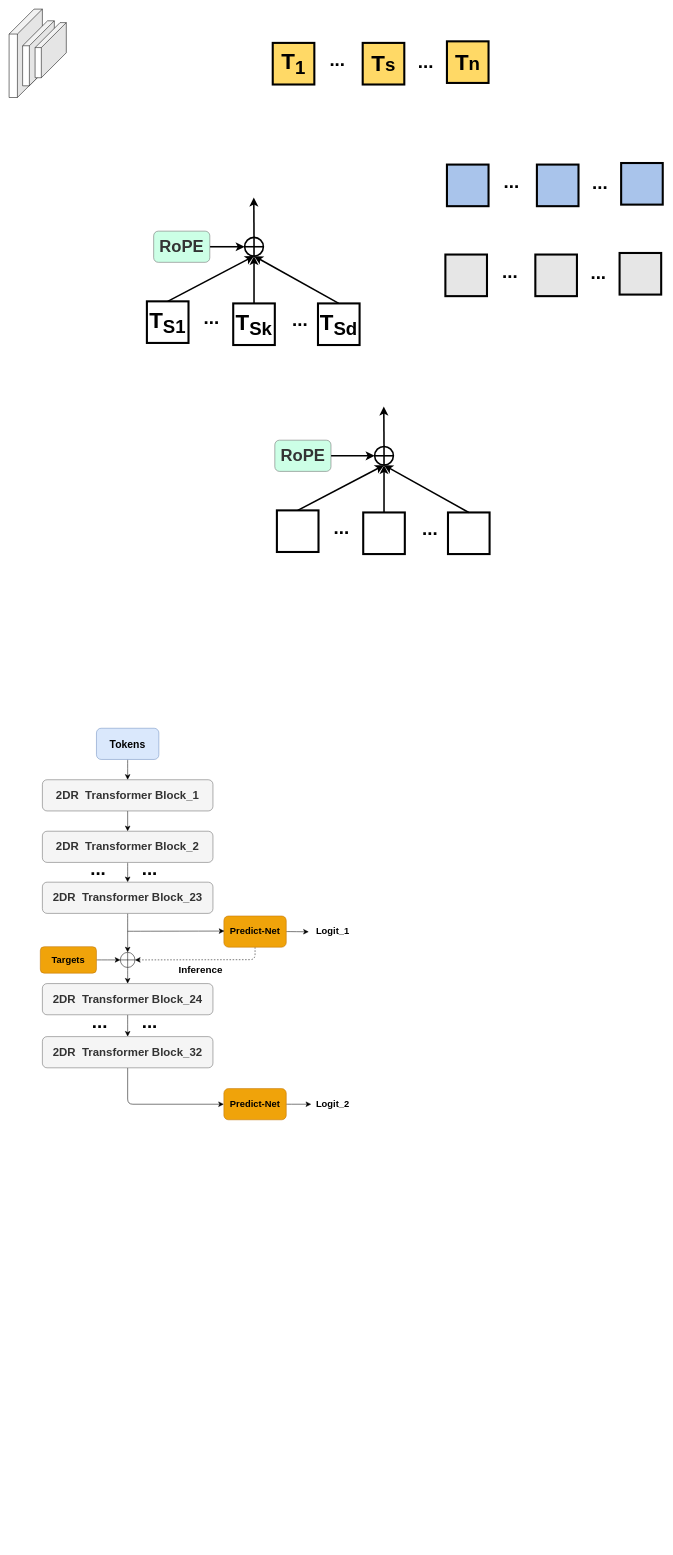
Before: 2DA_Gen.drawio in chenjiahes/small_module, a draw.io diagram. Source tidied: cells renumbered, new cells numbered last; positions are measured from the earlier drawing's top-left corner, leaving out a move shared by most shapes. Both pictures are drawn from the tidied source at 52%, with x=0, y=0 at pixel (9, 9).
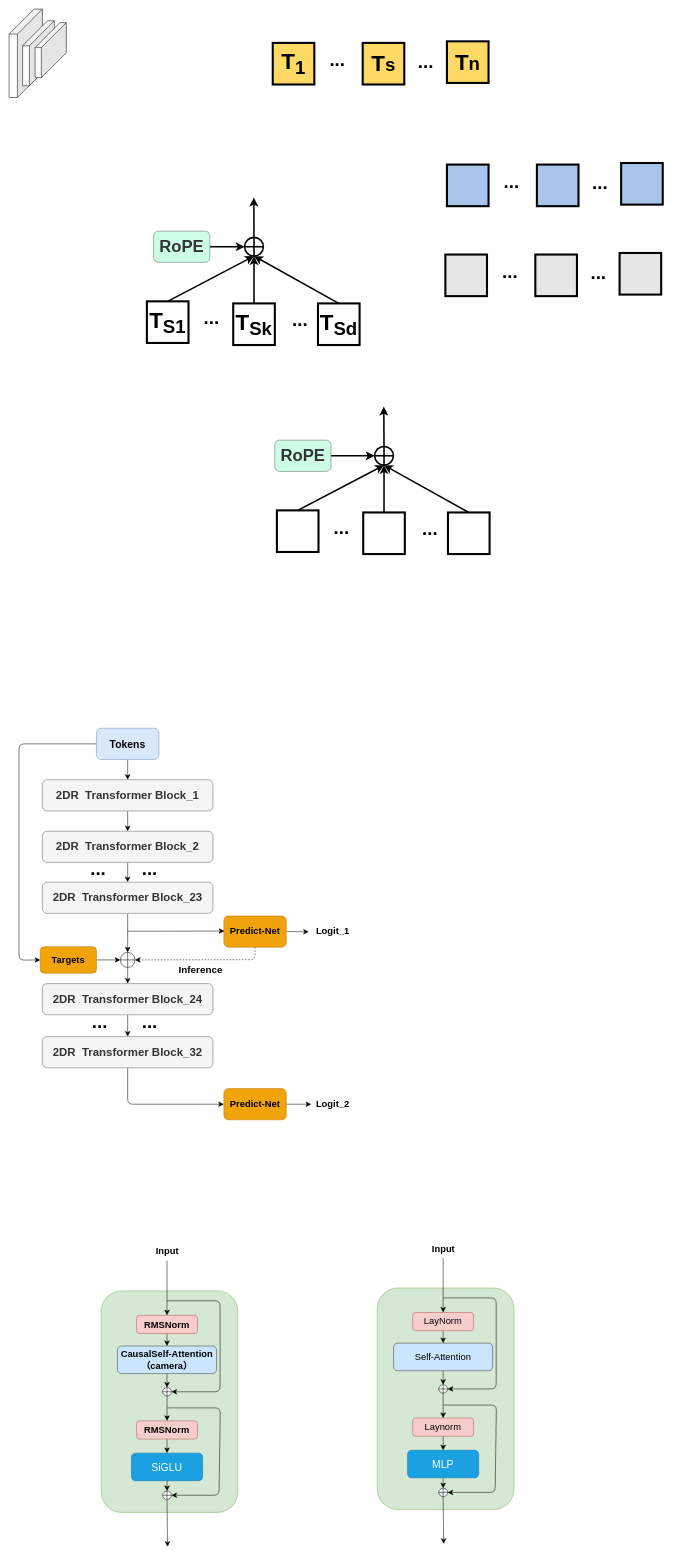
The same page after the edit.

The change refers to these unchanged cells:
```xml
<mxCell id="49" value="&lt;b&gt;&lt;font style=&quot;font-size: 20px;&quot;&gt;Tokens&lt;/font&gt;&lt;/b&gt;" style="rounded=1;whiteSpace=wrap;html=1;fillColor=#dae8fc;strokeColor=#6c8ebf;" parent="1" vertex="1">
  <mxGeometry x="168" y="1383" width="120" height="60" as="geometry" />
</mxCell>
<mxCell id="69" value="&lt;span style=&quot;font-size: 18px;&quot;&gt;&lt;b&gt;Targets&lt;/b&gt;&lt;/span&gt;" style="rounded=1;whiteSpace=wrap;html=1;fillColor=#f0a30a;fontColor=#000000;strokeColor=#BD7000;" parent="1" vertex="1">
  <mxGeometry x="60" y="1803" width="108" height="51" as="geometry" />
</mxCell>
```

The edit, as a diff of the source:
```diff
@@
+    <mxCell id="73" style="edgeStyle=none;curved=0;rounded=1;jettySize=auto;html=1;exitX=0;exitY=0.5;exitDx=0;exitDy=0;entryX=0;entryY=0.5;entryDx=0;entryDy=0;fontSize=12;startSize=8;endSize=8;" parent="1" edge="1" source="49" target="69">
+      <mxGeometry relative="1" as="geometry">
+        <Array as="points">
+          <mxPoint x="19" y="1413" />
+          <mxPoint x="19" y="1829" />
+        </Array>
+      </mxGeometry>
+    </mxCell>
@@
+    <mxCell id="74" style="rounded=1;whiteSpace=wrap;html=1;fillColor=#d5e8d4;strokeColor=#82b366;" parent="1" vertex="1">
+      <mxGeometry x="177" y="2465" width="263" height="426" as="geometry" />
+    </mxCell>
+    <mxCell id="75" style="edgeStyle=none;curved=1;rounded=0;jettySize=auto;html=1;exitX=0.5;exitY=1;exitDx=0;exitDy=0;fontSize=12;startSize=8;endSize=8;entryX=0.5;entryY=0;entryDx=0;entryDy=0;" parent="1" edge="1" target="77">
+      <mxGeometry relative="1" as="geometry">
+        <mxPoint x="303.7" y="2407" as="sourcePoint" />
+      </mxGeometry>
+    </mxCell>
+    <mxCell id="76" style="edgeStyle=none;curved=1;rounded=0;jettySize=auto;html=1;exitX=0.5;exitY=1;exitDx=0;exitDy=0;entryX=0.5;entryY=0;entryDx=0;entryDy=0;fontSize=12;startSize=8;endSize=8;" parent="1" edge="1" source="77" target="79">
+      <mxGeometry relative="1" as="geometry" />
+    </mxCell>
+    <mxCell id="77" value="&lt;span style=&quot;font-size: 18px;&quot;&gt;&lt;b&gt;RMSNorm&lt;/b&gt;&lt;/span&gt;" style="rounded=1;whiteSpace=wrap;html=1;fillColor=#f8cecc;strokeColor=#b85450;" parent="1" vertex="1">
+      <mxGeometry x="245.2" y="2512" width="117" height="35" as="geometry" />
+    </mxCell>
+    <mxCell id="78" style="edgeStyle=none;curved=1;rounded=0;jettySize=auto;html=1;exitX=0.5;exitY=1;exitDx=0;exitDy=0;entryX=0.5;entryY=0;entryDx=0;entryDy=0;fontSize=12;startSize=8;endSize=8;" parent="1" edge="1" source="79" target="83">
+      <mxGeometry relative="1" as="geometry" />
+    </mxCell>
+    <mxCell id="79" value="&lt;b style=&quot;font-size: 18px;&quot;&gt;CausalSelf-Attention（&lt;/b&gt;&lt;span style=&quot;font-size: 18px;&quot;&gt;&lt;b&gt;camera&lt;/b&gt;&lt;/span&gt;&lt;b style=&quot;font-size: 18px;&quot;&gt;）&lt;/b&gt;" style="rounded=1;whiteSpace=wrap;html=1;fillColor=#cce5ff;strokeColor=#36393d;" parent="1" vertex="1">
+      <mxGeometry x="208.4" y="2571" width="190.5" height="53" as="geometry" />
+    </mxCell>
+    <mxCell id="80" style="edgeStyle=none;curved=1;rounded=0;jettySize=auto;html=1;exitX=0.5;exitY=1;exitDx=0;exitDy=0;entryX=0.5;entryY=0;entryDx=0;entryDy=0;fontSize=12;startSize=8;endSize=8;" parent="1" edge="1" source="81" target="85">
+      <mxGeometry relative="1" as="geometry" />
+    </mxCell>
+    <mxCell id="81" value="&lt;b style=&quot;font-size: 18px;&quot;&gt;RMSNorm&lt;/b&gt;" style="rounded=1;whiteSpace=wrap;html=1;fillColor=#f8cecc;strokeColor=#b85450;" parent="1" vertex="1">
+      <mxGeometry x="245.2" y="2715" width="117" height="35" as="geometry" />
+    </mxCell>
+    <mxCell id="82" style="edgeStyle=none;curved=1;rounded=0;jettySize=auto;html=1;exitX=0.5;exitY=1;exitDx=0;exitDy=0;entryX=0.5;entryY=0;entryDx=0;entryDy=0;fontSize=12;startSize=8;endSize=8;" parent="1" edge="1" source="83" target="81">
+      <mxGeometry relative="1" as="geometry" />
+    </mxCell>
+    <mxCell id="83" style="shape=orEllipse;perimeter=ellipsePerimeter;whiteSpace=wrap;html=1;backgroundOutline=1;rounded=0;" parent="1" vertex="1">
+      <mxGeometry x="295.2" y="2651" width="17" height="16" as="geometry" />
+    </mxCell>
+    <mxCell id="84" style="edgeStyle=none;curved=1;rounded=0;jettySize=auto;html=1;exitX=0.5;exitY=1;exitDx=0;exitDy=0;entryX=0.5;entryY=0;entryDx=0;entryDy=0;fontSize=12;startSize=8;endSize=8;" parent="1" edge="1" source="85" target="89">
+      <mxGeometry relative="1" as="geometry" />
+    </mxCell>
+    <mxCell id="85" value="&lt;font style=&quot;font-size: 20px;&quot;&gt;SiGLU&lt;/font&gt;" style="rounded=1;whiteSpace=wrap;html=1;fillColor=#1ba1e2;fontColor=#ffffff;strokeColor=#006EAF;" parent="1" vertex="1">
+      <mxGeometry x="235.3" y="2777" width="136.8" height="53" as="geometry" />
+    </mxCell>
+    <mxCell id="86" style="endArrow=classic;html=1;rounded=1;fontSize=12;startSize=8;endSize=8;curved=0;entryX=1;entryY=0.5;entryDx=0;entryDy=0;" parent="1" edge="1" target="83">
+      <mxGeometry relative="1" as="geometry">
+        <mxPoint x="303.9" y="2484" as="sourcePoint" />
+        <Array as="points">
+          <mxPoint x="405.7" y="2484" />
+          <mxPoint x="405.7" y="2659" />
+        </Array>
+      </mxGeometry>
+    </mxCell>
+    <mxCell id="87" style="endArrow=classic;html=1;rounded=1;fontSize=12;startSize=8;endSize=8;curved=0;entryX=1;entryY=0.5;entryDx=0;entryDy=0;" parent="1" edge="1" target="89">
+      <mxGeometry relative="1" as="geometry">
+        <mxPoint x="304.3" y="2690" as="sourcePoint" />
+        <Array as="points">
+          <mxPoint x="406.1" y="2690" />
+          <mxPoint x="403.7" y="2858" />
+        </Array>
+      </mxGeometry>
+    </mxCell>
+    <mxCell id="88" style="edgeStyle=none;curved=1;rounded=0;jettySize=auto;html=1;exitX=0.5;exitY=1;exitDx=0;exitDy=0;fontSize=12;startSize=8;endSize=8;entryX=0.5;entryY=0;entryDx=0;entryDy=0;" parent="1" edge="1" source="89">
+      <mxGeometry relative="1" as="geometry">
+        <mxPoint x="304.7" y="2957" as="targetPoint" />
+      </mxGeometry>
+    </mxCell>
+    <mxCell id="89" style="shape=orEllipse;perimeter=ellipsePerimeter;whiteSpace=wrap;html=1;backgroundOutline=1;rounded=0;" parent="1" vertex="1">
+      <mxGeometry x="295.2" y="2850" width="17" height="16" as="geometry" />
+    </mxCell>
+    <mxCell id="90" value="&lt;b&gt;&lt;font style=&quot;font-size: 18px;&quot;&gt;Input&lt;/font&gt;&lt;/b&gt;" style="text;html=1;align=center;verticalAlign=middle;strokeColor=none;fillColor=none;fontSize=16;" parent="1" vertex="1">
+      <mxGeometry x="272.7" y="2372" width="62" height="34" as="geometry" />
+    </mxCell>
+    <mxCell id="91" style="rounded=1;whiteSpace=wrap;html=1;fillColor=#d5e8d4;strokeColor=#82b366;" parent="1" vertex="1">
+      <mxGeometry x="708" y="2459.5" width="263" height="426" as="geometry" />
+    </mxCell>
+    <mxCell id="92" style="edgeStyle=none;curved=1;rounded=0;jettySize=auto;html=1;exitX=0.5;exitY=1;exitDx=0;exitDy=0;fontSize=12;startSize=8;endSize=8;entryX=0.5;entryY=0;entryDx=0;entryDy=0;" parent="1" edge="1" target="94">
+      <mxGeometry relative="1" as="geometry">
+        <mxPoint x="834.7" y="2401.5" as="sourcePoint" />
+      </mxGeometry>
+    </mxCell>
+    <mxCell id="93" style="edgeStyle=none;curved=1;rounded=0;jettySize=auto;html=1;exitX=0.5;exitY=1;exitDx=0;exitDy=0;entryX=0.5;entryY=0;entryDx=0;entryDy=0;fontSize=12;startSize=8;endSize=8;" parent="1" edge="1" source="94" target="96">
+      <mxGeometry relative="1" as="geometry" />
+    </mxCell>
+    <mxCell id="94" value="&lt;span style=&quot;font-size: 18px;&quot;&gt;LayNorm&lt;/span&gt;" style="rounded=1;whiteSpace=wrap;html=1;fillColor=#f8cecc;strokeColor=#b85450;" parent="1" vertex="1">
+      <mxGeometry x="776.2" y="2506.5" width="117" height="35" as="geometry" />
+    </mxCell>
+    <mxCell id="95" style="edgeStyle=none;curved=1;rounded=0;jettySize=auto;html=1;exitX=0.5;exitY=1;exitDx=0;exitDy=0;entryX=0.5;entryY=0;entryDx=0;entryDy=0;fontSize=12;startSize=8;endSize=8;" parent="1" edge="1" source="96" target="100">
+      <mxGeometry relative="1" as="geometry" />
+    </mxCell>
+    <mxCell id="96" value="&lt;span style=&quot;font-size: 18px;&quot;&gt;Self-Attention&lt;/span&gt;" style="rounded=1;whiteSpace=wrap;html=1;fillColor=#cce5ff;strokeColor=#36393d;" parent="1" vertex="1">
+      <mxGeometry x="739.4" y="2565.5" width="190.5" height="53" as="geometry" />
+    </mxCell>
+    <mxCell id="97" style="edgeStyle=none;curved=1;rounded=0;jettySize=auto;html=1;exitX=0.5;exitY=1;exitDx=0;exitDy=0;entryX=0.5;entryY=0;entryDx=0;entryDy=0;fontSize=12;startSize=8;endSize=8;" parent="1" edge="1" source="98" target="102">
+      <mxGeometry relative="1" as="geometry" />
+    </mxCell>
+    <mxCell id="98" value="&lt;span style=&quot;font-size: 18px;&quot;&gt;Laynorm&lt;/span&gt;" style="rounded=1;whiteSpace=wrap;html=1;fillColor=#f8cecc;strokeColor=#b85450;" parent="1" vertex="1">
+      <mxGeometry x="776.2" y="2709.5" width="117" height="35" as="geometry" />
+    </mxCell>
+    <mxCell id="99" style="edgeStyle=none;curved=1;rounded=0;jettySize=auto;html=1;exitX=0.5;exitY=1;exitDx=0;exitDy=0;entryX=0.5;entryY=0;entryDx=0;entryDy=0;fontSize=12;startSize=8;endSize=8;" parent="1" edge="1" source="100" target="98">
+      <mxGeometry relative="1" as="geometry" />
+    </mxCell>
+    <mxCell id="100" style="shape=orEllipse;perimeter=ellipsePerimeter;whiteSpace=wrap;html=1;backgroundOutline=1;rounded=0;" parent="1" vertex="1">
+      <mxGeometry x="826.2" y="2645.5" width="17" height="16" as="geometry" />
+    </mxCell>
+    <mxCell id="101" style="edgeStyle=none;curved=1;rounded=0;jettySize=auto;html=1;exitX=0.5;exitY=1;exitDx=0;exitDy=0;entryX=0.5;entryY=0;entryDx=0;entryDy=0;fontSize=12;startSize=8;endSize=8;" parent="1" edge="1" source="102" target="106">
+      <mxGeometry relative="1" as="geometry" />
+    </mxCell>
+    <mxCell id="102" value="&lt;span style=&quot;font-size: 20px;&quot;&gt;MLP&lt;/span&gt;" style="rounded=1;whiteSpace=wrap;html=1;fillColor=#1ba1e2;fontColor=#ffffff;strokeColor=#006EAF;" parent="1" vertex="1">
+      <mxGeometry x="766.3" y="2771.5" width="136.8" height="53" as="geometry" />
+    </mxCell>
+    <mxCell id="103" style="endArrow=classic;html=1;rounded=1;fontSize=12;startSize=8;endSize=8;curved=0;entryX=1;entryY=0.5;entryDx=0;entryDy=0;" parent="1" edge="1" target="100">
+      <mxGeometry relative="1" as="geometry">
+        <mxPoint x="834.9" y="2478.5" as="sourcePoint" />
+        <Array as="points">
+          <mxPoint x="936.7" y="2478.5" />
+          <mxPoint x="936.7" y="2653.5" />
+        </Array>
+      </mxGeometry>
+    </mxCell>
+    <mxCell id="104" style="endArrow=classic;html=1;rounded=1;fontSize=12;startSize=8;endSize=8;curved=0;entryX=1;entryY=0.5;entryDx=0;entryDy=0;" parent="1" edge="1" target="106">
+      <mxGeometry relative="1" as="geometry">
+        <mxPoint x="835.3" y="2684.5" as="sourcePoint" />
+        <Array as="points">
+          <mxPoint x="937.1" y="2684.5" />
+          <mxPoint x="934.7" y="2852.5" />
+        </Array>
+      </mxGeometry>
+    </mxCell>
+    <mxCell id="105" style="edgeStyle=none;curved=1;rounded=0;jettySize=auto;html=1;exitX=0.5;exitY=1;exitDx=0;exitDy=0;fontSize=12;startSize=8;endSize=8;entryX=0.5;entryY=0;entryDx=0;entryDy=0;" parent="1" edge="1" source="106">
+      <mxGeometry relative="1" as="geometry">
+        <mxPoint x="835.7" y="2951.5" as="targetPoint" />
+      </mxGeometry>
+    </mxCell>
+    <mxCell id="106" style="shape=orEllipse;perimeter=ellipsePerimeter;whiteSpace=wrap;html=1;backgroundOutline=1;rounded=0;" parent="1" vertex="1">
+      <mxGeometry x="826.2" y="2844.5" width="17" height="16" as="geometry" />
+    </mxCell>
+    <mxCell id="107" value="&lt;b&gt;&lt;font style=&quot;font-size: 18px;&quot;&gt;Input&lt;/font&gt;&lt;/b&gt;" style="text;html=1;align=center;verticalAlign=middle;strokeColor=none;fillColor=none;fontSize=16;" parent="1" vertex="1">
+      <mxGeometry x="803.7" y="2366.5" width="62" height="34" as="geometry" />
+    </mxCell>
```
